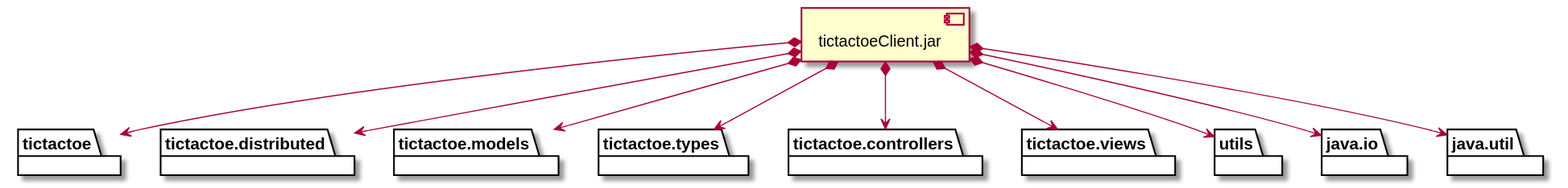
Before: docs/build/docs/asciidoc/images/diagramaImplementacionClient.svg, a diagram exported from PlantUML (x-USantaTecla-game-ticTacToe/java). Its diagram source:
```plantuml
@startuml

package "  "  as tictactoe {
}
package "  "  as tictactoe.distributed {
}
package "  "  as tictactoe.models {
}
package "  "  as tictactoe.types {
}
package "  "  as tictactoe.controllers {
}
package "  "  as tictactoe.views {
}
package "  "  as utils {
}
package "  "  as java.io {
}
package "  "  as java.util {
}

[tictactoeClient.jar] as jarClient

jarClient *--> tictactoe
jarClient *--> tictactoe.distributed
jarClient *--> tictactoe.models
jarClient *--> tictactoe.types
jarClient *--> tictactoe.controllers
jarClient *--> tictactoe.views
jarClient *--> utils
jarClient *--> java.io
jarClient *--> java.util

@enduml
```
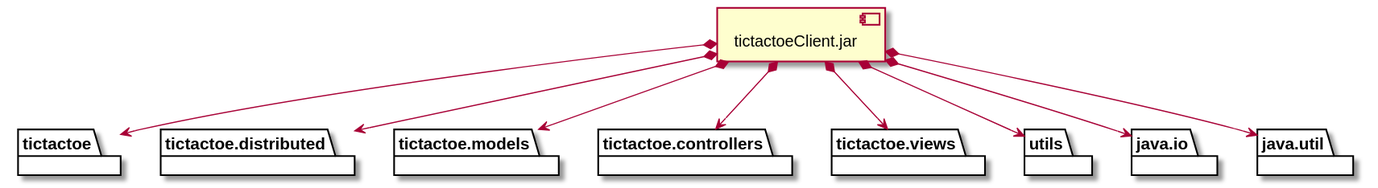
Later version of the same file.

What changed in the source:
```diff
@@ -5,8 +5,6 @@
 package "  "  as tictactoe.distributed {
 }
 package "  "  as tictactoe.models {
-}
-package "  "  as tictactoe.types {
 }
 package "  "  as tictactoe.controllers {
 }
@@ -24,7 +22,6 @@
 jarClient *--> tictactoe
 jarClient *--> tictactoe.distributed
 jarClient *--> tictactoe.models
-jarClient *--> tictactoe.types
 jarClient *--> tictactoe.controllers
 jarClient *--> tictactoe.views
 jarClient *--> utils
```
